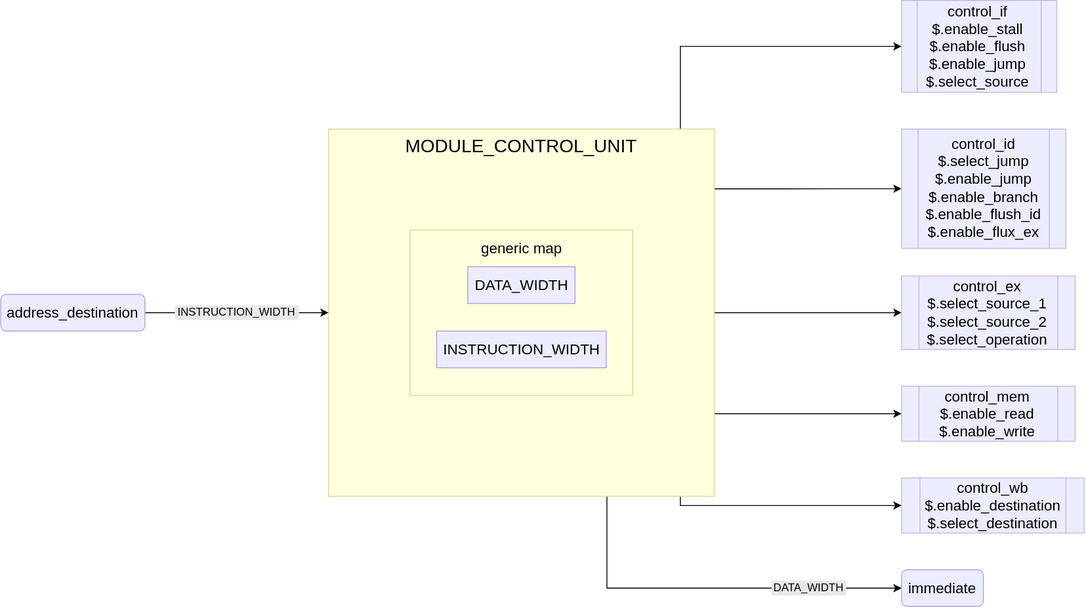
Earlier version of the draw.io export docs/public/images/reference/report_components/module_control_unit.drawio.svg (insper-riscv/core). Source tidied: cells renumbered, new cells last; positions are measured from the earlier drawing's top-left corner, leaving out a move shared by most shapes.
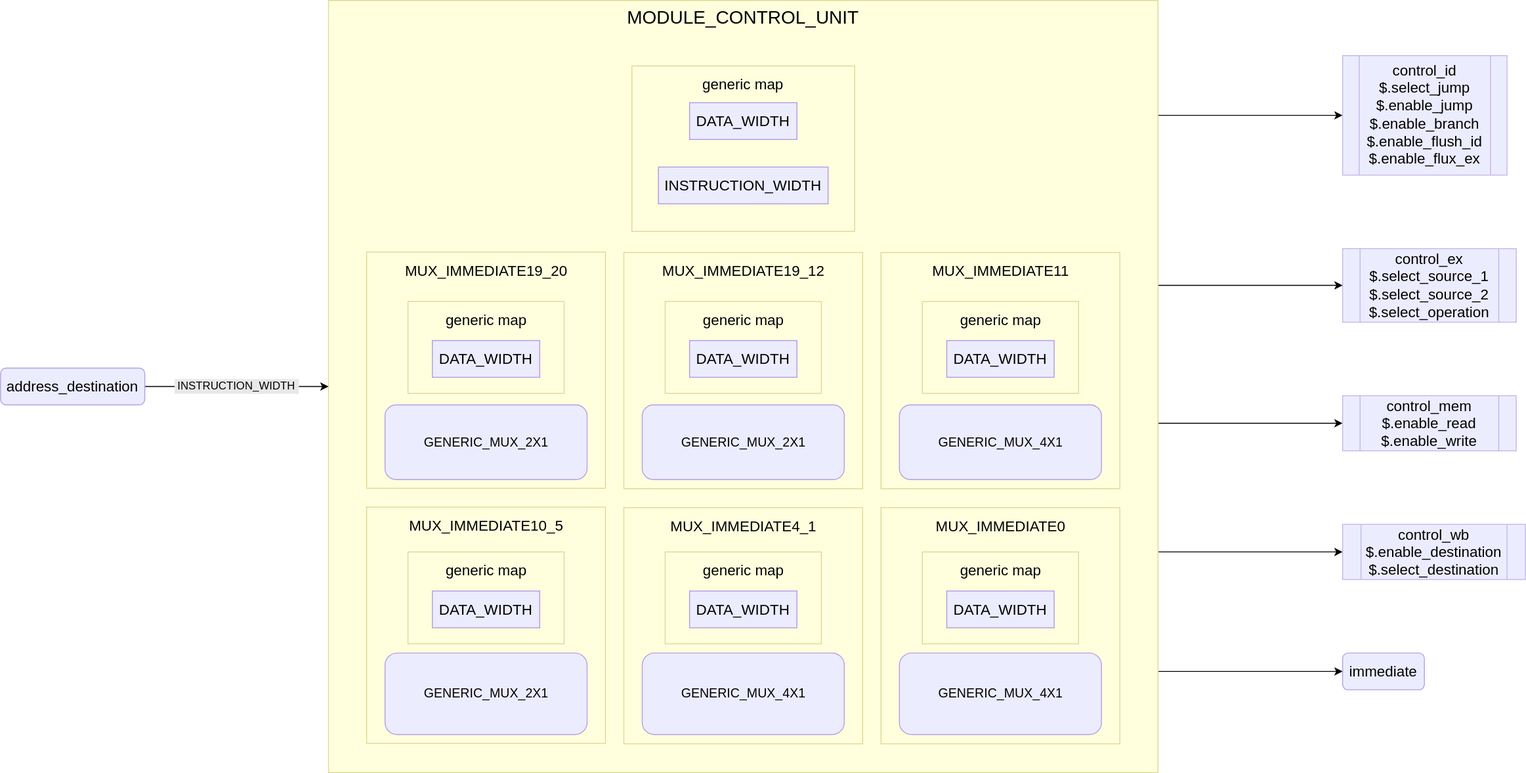
The same file after the commit.

What changed in the source:
```diff
@@ -2,87 +2,155 @@
   <root>
     <mxCell id="0" />
     <mxCell id="1" parent="0" />
-    <mxCell id="2" style="edgeStyle=orthogonalEdgeStyle;rounded=0;jettySize=auto;html=1;entryX=0;entryY=0.5;entryDx=0;entryDy=0;" parent="1" edge="1" source="8" target="17">
-      <mxGeometry relative="1" as="geometry">
-        <Array as="points">
-          <mxPoint x="740" y="50" />
-        </Array>
-      </mxGeometry>
-    </mxCell>
-    <mxCell id="3" style="edgeStyle=orthogonalEdgeStyle;rounded=0;jettySize=auto;html=1;entryX=0;entryY=0.5;entryDx=0;entryDy=0;" parent="1" edge="1" source="8" target="11">
-      <mxGeometry relative="1" as="geometry">
-        <Array as="points">
-          <mxPoint x="660" y="640" />
-        </Array>
-      </mxGeometry>
-    </mxCell>
     <mxCell id="4" style="edgeStyle=orthogonalEdgeStyle;rounded=0;jettySize=auto;html=1;entryX=0;entryY=0.5;entryDx=0;entryDy=0;" parent="1" edge="1" source="8" target="18">
       <mxGeometry relative="1" as="geometry">
         <Array as="points">
-          <mxPoint x="850" y="205" />
-          <mxPoint x="850" y="205" />
+          <mxPoint x="1230" y="1205" />
+          <mxPoint x="1230" y="1205" />
         </Array>
       </mxGeometry>
     </mxCell>
     <mxCell id="5" style="edgeStyle=orthogonalEdgeStyle;rounded=0;jettySize=auto;html=1;entryX=0;entryY=0.5;entryDx=0;entryDy=0;" parent="1" edge="1" source="8" target="19">
-      <mxGeometry relative="1" as="geometry" />
+      <mxGeometry relative="1" as="geometry">
+        <Array as="points">
+          <mxPoint x="1230" y="1390" />
+          <mxPoint x="1230" y="1390" />
+        </Array>
+      </mxGeometry>
     </mxCell>
     <mxCell id="6" style="edgeStyle=orthogonalEdgeStyle;rounded=0;jettySize=auto;html=1;entryX=0;entryY=0.5;entryDx=0;entryDy=0;" parent="1" edge="1" source="8" target="20">
       <mxGeometry relative="1" as="geometry">
         <Array as="points">
-          <mxPoint x="830" y="450" />
-          <mxPoint x="830" y="450" />
+          <mxPoint x="1150" y="1540" />
+          <mxPoint x="1150" y="1540" />
         </Array>
       </mxGeometry>
     </mxCell>
     <mxCell id="7" style="edgeStyle=orthogonalEdgeStyle;rounded=0;jettySize=auto;html=1;entryX=0;entryY=0.5;entryDx=0;entryDy=0;" parent="1" edge="1" source="8" target="21">
       <mxGeometry relative="1" as="geometry">
         <Array as="points">
-          <mxPoint x="740" y="550" />
+          <mxPoint x="1220" y="1680" />
+          <mxPoint x="1220" y="1680" />
         </Array>
       </mxGeometry>
     </mxCell>
+    <mxCell id="3" style="edgeStyle=orthogonalEdgeStyle;rounded=0;jettySize=auto;html=1;" parent="1" edge="1" source="8" target="11">
+      <mxGeometry relative="1" as="geometry">
+        <Array as="points">
+          <mxPoint x="1250" y="1810" />
+          <mxPoint x="1250" y="1810" />
+        </Array>
+      </mxGeometry>
+    </mxCell>
     <mxCell id="8" value="MODULE_CONTROL_UNIT" style="rounded=0;whiteSpace=wrap;html=1;fillColor=#ffffde;strokeColor=#dada94;verticalAlign=top;fontSize=20;" parent="1" vertex="1">
-      <mxGeometry x="357" y="140" width="420" height="400" as="geometry" />
+      <mxGeometry x="197" y="1080" width="903" height="840" as="geometry" />
     </mxCell>
-    <mxCell id="9" value="&lt;span style=&quot;font-size: 16px;&quot;&gt;generic map&lt;/span&gt;" style="rounded=0;whiteSpace=wrap;html=1;fillColor=#ffffde;strokeColor=#dada94;verticalAlign=top;fontSize=20;" parent="1" vertex="1">
-      <mxGeometry x="445.8" y="250" width="242.5" height="180" as="geometry" />
-    </mxCell>
-    <mxCell id="10" value="DATA_WIDTH" style="rounded=0;whiteSpace=wrap;html=1;fillColor=#ececff;strokeColor=#b29ae1;fontSize=16;" parent="1" vertex="1">
-      <mxGeometry x="508.6" y="290" width="116.9" height="40" as="geometry" />
-    </mxCell>
+    <mxCell id="22" value="&lt;span style=&quot;font-size: 16px;&quot;&gt;MUX_IMMEDIATE19_20&lt;/span&gt;" style="rounded=0;whiteSpace=wrap;html=1;fillColor=#ffffde;strokeColor=#dada94;verticalAlign=top;fontSize=20;" parent="1" vertex="1">
+      <mxGeometry x="238.5" y="1353.8" width="260" height="257" as="geometry" />
+    </mxCell>
+    <mxCell id="23" value="&lt;span style=&quot;font-size: 16px;&quot;&gt;MUX_IMMEDIATE19_12&lt;/span&gt;" style="rounded=0;whiteSpace=wrap;html=1;fillColor=#ffffde;strokeColor=#dada94;verticalAlign=top;fontSize=20;" parent="1" vertex="1">
+      <mxGeometry x="518.5" y="1354.2" width="260" height="257" as="geometry" />
+    </mxCell>
+    <mxCell id="24" value="GENERIC_MUX_2X1" style="rounded=1;whiteSpace=wrap;html=1;fillColor=#ececff;strokeColor=#b59fe2;fontSize=14;" parent="1" vertex="1">
+      <mxGeometry x="538.5" y="1520" width="220" height="81.2" as="geometry" />
+    </mxCell>
+    <mxCell id="25" value="&lt;span style=&quot;font-size: 16px;&quot;&gt;MUX_IMMEDIATE11&lt;/span&gt;" style="rounded=0;whiteSpace=wrap;html=1;fillColor=#ffffde;strokeColor=#dada94;verticalAlign=top;fontSize=20;" parent="1" vertex="1">
+      <mxGeometry x="798.5" y="1354.2" width="260" height="257" as="geometry" />
+    </mxCell>
+    <mxCell id="26" value="GENERIC_MUX_4X1" style="rounded=1;whiteSpace=wrap;html=1;fillColor=#ececff;strokeColor=#b59fe2;fontSize=14;" parent="1" vertex="1">
+      <mxGeometry x="818.5" y="1520" width="220" height="81.2" as="geometry" />
+    </mxCell>
+    <mxCell id="27" value="GENERIC_MUX_2X1" style="rounded=1;whiteSpace=wrap;html=1;fillColor=#ececff;strokeColor=#b59fe2;fontSize=14;" parent="1" vertex="1">
+      <mxGeometry x="258.5" y="1520" width="220" height="81.2" as="geometry" />
+    </mxCell>
+    <mxCell id="28" value="&lt;span style=&quot;font-size: 16px;&quot;&gt;MUX_IMMEDIATE10_5&lt;/span&gt;" style="rounded=0;whiteSpace=wrap;html=1;fillColor=#ffffde;strokeColor=#dada94;verticalAlign=top;fontSize=20;" parent="1" vertex="1">
+      <mxGeometry x="238.5" y="1631.2" width="260" height="257" as="geometry" />
+    </mxCell>
+    <mxCell id="29" value="&lt;span style=&quot;font-size: 16px;&quot;&gt;MUX_IMMEDIATE4_1&lt;/span&gt;" style="rounded=0;whiteSpace=wrap;html=1;fillColor=#ffffde;strokeColor=#dada94;verticalAlign=top;fontSize=20;" parent="1" vertex="1">
+      <mxGeometry x="518.5" y="1631.8" width="260" height="257" as="geometry" />
+    </mxCell>
+    <mxCell id="30" value="GENERIC_MUX_4X1" style="rounded=1;whiteSpace=wrap;html=1;fillColor=#ececff;strokeColor=#b59fe2;fontSize=14;" parent="1" vertex="1">
+      <mxGeometry x="538.5" y="1790" width="220" height="88.8" as="geometry" />
+    </mxCell>
+    <mxCell id="31" value="&lt;span style=&quot;font-size: 16px;&quot;&gt;MUX_IMMEDIATE0&lt;/span&gt;" style="rounded=0;whiteSpace=wrap;html=1;fillColor=#ffffde;strokeColor=#dada94;verticalAlign=top;fontSize=20;" parent="1" vertex="1">
+      <mxGeometry x="798.5" y="1631.8" width="260" height="257" as="geometry" />
+    </mxCell>
+    <mxCell id="32" value="GENERIC_MUX_4X1" style="rounded=1;whiteSpace=wrap;html=1;fillColor=#ececff;strokeColor=#b59fe2;fontSize=14;" parent="1" vertex="1">
+      <mxGeometry x="818.5" y="1790" width="220" height="88.8" as="geometry" />
+    </mxCell>
+    <mxCell id="33" value="GENERIC_MUX_2X1" style="rounded=1;whiteSpace=wrap;html=1;fillColor=#ececff;strokeColor=#b59fe2;fontSize=14;" parent="1" vertex="1">
+      <mxGeometry x="258.5" y="1790" width="220" height="88.8" as="geometry" />
+    </mxCell>
+    <mxCell id="34" value="&lt;span style=&quot;font-size: 16px;&quot;&gt;generic map&lt;/span&gt;" style="rounded=0;whiteSpace=wrap;html=1;fillColor=#ffffde;strokeColor=#dada94;verticalAlign=top;fontSize=20;" parent="1" vertex="1">
+      <mxGeometry x="527.2" y="1151.2" width="242.5" height="180" as="geometry" />
+    </mxCell>
+    <mxCell id="35" value="DATA_WIDTH" style="rounded=0;whiteSpace=wrap;html=1;fillColor=#ececff;strokeColor=#b29ae1;fontSize=16;" parent="1" vertex="1">
+      <mxGeometry x="590.1" y="1191.2" width="116.9" height="40" as="geometry" />
+    </mxCell>
+    <mxCell id="15" value="INSTRUCTION_WIDTH" style="rounded=0;whiteSpace=wrap;html=1;fillColor=#ececff;strokeColor=#b29ae1;fontSize=16;" parent="1" vertex="1">
+      <mxGeometry x="556.1" y="1261.2" width="184.7" height="40" as="geometry" />
+    </mxCell>
+    <mxCell id="36" style="edgeStyle=orthogonalEdgeStyle;rounded=0;jettySize=auto;html=1;entryX=0;entryY=0.5;entryDx=0;entryDy=0;" parent="1" edge="1" source="14">
+      <mxGeometry relative="1" as="geometry">
+        <mxPoint x="197" y="1500" as="targetPoint" />
+      </mxGeometry>
+    </mxCell>
+    <mxCell id="14" value="address_destination" style="rounded=1;whiteSpace=wrap;html=1;fillColor=#ececff;strokeColor=#b59fe2;fontSize=16;" parent="1" vertex="1">
+      <mxGeometry x="-160" y="1480" width="157" height="40" as="geometry" />
+    </mxCell>
+    <mxCell id="16" value="INSTRUCTION_WIDTH" style="rounded=0;whiteSpace=wrap;html=1;fillColor=#e8e8e8;strokeColor=#e8e8e8;" parent="1" vertex="1">
+      <mxGeometry x="30" y="1492.5" width="134.2" height="15" as="geometry" />
+    </mxCell>
+    <mxCell id="37" value="&lt;span style=&quot;font-size: 16px;&quot;&gt;generic map&lt;/span&gt;" style="rounded=0;whiteSpace=wrap;html=1;fillColor=#ffffde;strokeColor=#dada94;verticalAlign=top;fontSize=20;" parent="1" vertex="1">
+      <mxGeometry x="283.5" y="1407.5" width="170" height="100" as="geometry" />
+    </mxCell>
+    <mxCell id="38" value="DATA_WIDTH" style="rounded=0;whiteSpace=wrap;html=1;fillColor=#ececff;strokeColor=#b29ae1;fontSize=16;" parent="1" vertex="1">
+      <mxGeometry x="310.1" y="1450" width="116.9" height="40" as="geometry" />
+    </mxCell>
+    <mxCell id="39" value="&lt;span style=&quot;font-size: 16px;&quot;&gt;generic map&lt;/span&gt;" style="rounded=0;whiteSpace=wrap;html=1;fillColor=#ffffde;strokeColor=#dada94;verticalAlign=top;fontSize=20;" parent="1" vertex="1">
+      <mxGeometry x="563.5" y="1407.5" width="170" height="100" as="geometry" />
+    </mxCell>
+    <mxCell id="40" value="DATA_WIDTH" style="rounded=0;whiteSpace=wrap;html=1;fillColor=#ececff;strokeColor=#b29ae1;fontSize=16;" parent="1" vertex="1">
+      <mxGeometry x="590.1" y="1450" width="116.9" height="40" as="geometry" />
+    </mxCell>
+    <mxCell id="41" value="&lt;span style=&quot;font-size: 16px;&quot;&gt;generic map&lt;/span&gt;" style="rounded=0;whiteSpace=wrap;html=1;fillColor=#ffffde;strokeColor=#dada94;verticalAlign=top;fontSize=20;" parent="1" vertex="1">
+      <mxGeometry x="843.5" y="1407.5" width="170" height="100" as="geometry" />
+    </mxCell>
+    <mxCell id="42" value="DATA_WIDTH" style="rounded=0;whiteSpace=wrap;html=1;fillColor=#ececff;strokeColor=#b29ae1;fontSize=16;" parent="1" vertex="1">
+      <mxGeometry x="870.1" y="1450" width="116.9" height="40" as="geometry" />
+    </mxCell>
+    <mxCell id="43" value="&lt;span style=&quot;font-size: 16px;&quot;&gt;generic map&lt;/span&gt;" style="rounded=0;whiteSpace=wrap;html=1;fillColor=#ffffde;strokeColor=#dada94;verticalAlign=top;fontSize=20;" parent="1" vertex="1">
+      <mxGeometry x="843.5" y="1680" width="170" height="100" as="geometry" />
+    </mxCell>
+    <mxCell id="44" value="DATA_WIDTH" style="rounded=0;whiteSpace=wrap;html=1;fillColor=#ececff;strokeColor=#b29ae1;fontSize=16;" parent="1" vertex="1">
+      <mxGeometry x="870.1" y="1722.5" width="116.9" height="40" as="geometry" />
+    </mxCell>
+    <mxCell id="45" value="&lt;span style=&quot;font-size: 16px;&quot;&gt;generic map&lt;/span&gt;" style="rounded=0;whiteSpace=wrap;html=1;fillColor=#ffffde;strokeColor=#dada94;verticalAlign=top;fontSize=20;" parent="1" vertex="1">
+      <mxGeometry x="563.5" y="1680" width="170" height="100" as="geometry" />
+    </mxCell>
+    <mxCell id="46" value="DATA_WIDTH" style="rounded=0;whiteSpace=wrap;html=1;fillColor=#ececff;strokeColor=#b29ae1;fontSize=16;" parent="1" vertex="1">
+      <mxGeometry x="590.1" y="1722.5" width="116.9" height="40" as="geometry" />
+    </mxCell>
+    <mxCell id="47" value="&lt;span style=&quot;font-size: 16px;&quot;&gt;generic map&lt;/span&gt;" style="rounded=0;whiteSpace=wrap;html=1;fillColor=#ffffde;strokeColor=#dada94;verticalAlign=top;fontSize=20;" parent="1" vertex="1">
+      <mxGeometry x="283.5" y="1680" width="170" height="100" as="geometry" />
+    </mxCell>
+    <mxCell id="48" value="DATA_WIDTH" style="rounded=0;whiteSpace=wrap;html=1;fillColor=#ececff;strokeColor=#b29ae1;fontSize=16;" parent="1" vertex="1">
+      <mxGeometry x="310.1" y="1722.5" width="116.9" height="40" as="geometry" />
+    </mxCell>
     <mxCell id="11" value="immediate" style="rounded=1;whiteSpace=wrap;html=1;fillColor=#ececff;strokeColor=#b59fe2;fontSize=16;" parent="1" vertex="1">
-      <mxGeometry x="981" y="620" width="89" height="40" as="geometry" />
+      <mxGeometry x="1301" y="1790" width="89" height="40" as="geometry" />
     </mxCell>
-    <mxCell id="12" value="DATA_WIDTH" style="rounded=0;whiteSpace=wrap;html=1;fillColor=#e8e8e8;strokeColor=#e8e8e8;" parent="1" vertex="1">
-      <mxGeometry x="840" y="632.5" width="80" height="15" as="geometry" />
-    </mxCell>
-    <mxCell id="13" style="edgeStyle=orthogonalEdgeStyle;rounded=0;jettySize=auto;html=1;entryX=0;entryY=0.5;entryDx=0;entryDy=0;" parent="1" edge="1" source="14" target="8">
-      <mxGeometry relative="1" as="geometry" />
-    </mxCell>
-    <mxCell id="14" value="address_destination" style="rounded=1;whiteSpace=wrap;html=1;fillColor=#ececff;strokeColor=#b59fe2;fontSize=16;" parent="1" vertex="1">
-      <mxGeometry y="320" width="157" height="40" as="geometry" />
-    </mxCell>
-    <mxCell id="15" value="INSTRUCTION_WIDTH" style="rounded=0;whiteSpace=wrap;html=1;fillColor=#ececff;strokeColor=#b29ae1;fontSize=16;" parent="1" vertex="1">
-      <mxGeometry x="474.6" y="360" width="184.7" height="40" as="geometry" />
-    </mxCell>
-    <mxCell id="16" value="INSTRUCTION_WIDTH" style="rounded=0;whiteSpace=wrap;html=1;fillColor=#e8e8e8;strokeColor=#e8e8e8;" parent="1" vertex="1">
-      <mxGeometry x="190" y="332.5" width="134.2" height="15" as="geometry" />
-    </mxCell>
-    <mxCell id="17" value="&lt;span style=&quot;font-size: 16px;&quot;&gt;control_if&lt;/span&gt;&lt;div style=&quot;font-size: 16px;&quot;&gt;$.enable_stall&lt;/div&gt;&lt;div style=&quot;font-size: 16px;&quot;&gt;$.enable_flush&lt;/div&gt;&lt;div style=&quot;font-size: 16px;&quot;&gt;$.enable_jump&lt;br&gt;&lt;/div&gt;&lt;div style=&quot;font-size: 16px;&quot;&gt;$.select_source&lt;/div&gt;" style="shape=process;whiteSpace=wrap;html=1;backgroundOutline=1;fillColor=#ececff;strokeColor=#c5b5eb;" parent="1" vertex="1">
-      <mxGeometry x="981" width="169" height="100" as="geometry" />
-    </mxCell>
     <mxCell id="18" value="&lt;span style=&quot;font-size: 16px;&quot;&gt;control_id&lt;/span&gt;&lt;div style=&quot;font-size: 16px;&quot;&gt;$.select_jump&lt;/div&gt;&lt;div style=&quot;font-size: 16px;&quot;&gt;$.enable_jump&lt;/div&gt;&lt;div style=&quot;font-size: 16px;&quot;&gt;$.enable_branch&lt;/div&gt;&lt;div style=&quot;font-size: 16px;&quot;&gt;$.enable_flush_id&lt;/div&gt;&lt;div style=&quot;font-size: 16px;&quot;&gt;$.enable_flux_ex&lt;/div&gt;" style="shape=process;whiteSpace=wrap;html=1;backgroundOutline=1;fillColor=#ececff;strokeColor=#c5b5eb;verticalAlign=top;" parent="1" vertex="1">
-      <mxGeometry x="981" y="140" width="179" height="130" as="geometry" />
+      <mxGeometry x="1301" y="1140" width="179" height="130" as="geometry" />
     </mxCell>
     <mxCell id="19" value="&lt;span style=&quot;font-size: 16px;&quot;&gt;control_ex&lt;/span&gt;&lt;div style=&quot;font-size: 16px;&quot;&gt;$.select_source_1&lt;/div&gt;&lt;div style=&quot;font-size: 16px;&quot;&gt;$.&lt;span style=&quot;background-color: initial;&quot;&gt;select_source_2&lt;/span&gt;&lt;/div&gt;&lt;div style=&quot;font-size: 16px;&quot;&gt;$.&lt;span style=&quot;background-color: initial;&quot;&gt;select_operation&lt;/span&gt;&lt;/div&gt;" style="shape=process;whiteSpace=wrap;html=1;backgroundOutline=1;fillColor=#ececff;strokeColor=#c5b5eb;" parent="1" vertex="1">
-      <mxGeometry x="981" y="300" width="189" height="80" as="geometry" />
+      <mxGeometry x="1301" y="1350" width="189" height="80" as="geometry" />
     </mxCell>
     <mxCell id="20" value="&lt;span style=&quot;font-size: 16px;&quot;&gt;control_mem&lt;/span&gt;&lt;div style=&quot;font-size: 16px;&quot;&gt;$.enable_read&lt;/div&gt;&lt;div style=&quot;font-size: 16px;&quot;&gt;$.enable_write&lt;/div&gt;" style="shape=process;whiteSpace=wrap;html=1;backgroundOutline=1;fillColor=#ececff;strokeColor=#c5b5eb;" parent="1" vertex="1">
-      <mxGeometry x="981" y="420" width="189" height="60" as="geometry" />
+      <mxGeometry x="1301" y="1510" width="189" height="60" as="geometry" />
     </mxCell>
     <mxCell id="21" value="&lt;span style=&quot;font-size: 16px;&quot;&gt;control_wb&lt;/span&gt;&lt;div style=&quot;font-size: 16px;&quot;&gt;$.enable_destination&lt;/div&gt;&lt;div style=&quot;font-size: 16px;&quot;&gt;$.select_destination&lt;/div&gt;" style="shape=process;whiteSpace=wrap;html=1;backgroundOutline=1;fillColor=#ececff;strokeColor=#c5b5eb;" parent="1" vertex="1">
-      <mxGeometry x="981" y="520" width="199" height="60" as="geometry" />
+      <mxGeometry x="1301" y="1650" width="199" height="60" as="geometry" />
     </mxCell>
   </root>
 </mxGraphModel>
```
